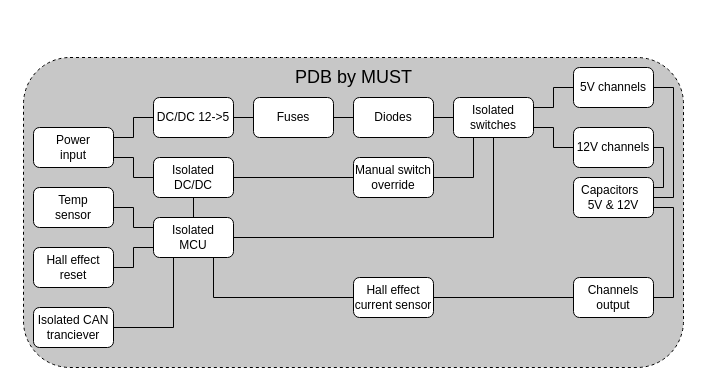
Earlier version of the draw.io diagram Block diagrams/PDB.drawio (Mojitas/MUST-Autonics). Source tidied: cells renumbered, new cells numbered last; positions are measured from the earlier drawing's top-left corner, leaving out a move shared by most shapes. Both pictures are drawn from the tidied source at 100%, with x=0, y=0 at pixel (23, 57).
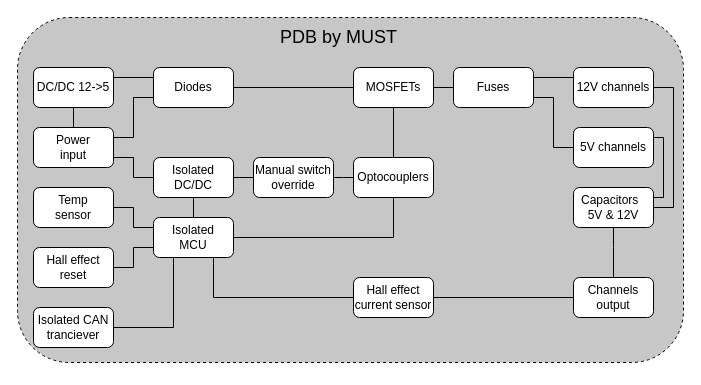
The same page after the edit.

The change refers to these unchanged cells:
```xml
<mxCell id="21" value="&lt;div&gt;Isolated&lt;/div&gt;&lt;div&gt;DC/DC&lt;br&gt;&lt;/div&gt;" style="rounded=1;whiteSpace=wrap;html=1;" parent="1" vertex="1">
  <mxGeometry x="130" y="100" width="80" height="40" as="geometry" />
</mxCell>
<mxCell id="24" value="&lt;div&gt;Power&lt;/div&gt;&lt;div&gt;input&lt;br&gt;&lt;/div&gt;" style="rounded=1;whiteSpace=wrap;html=1;" parent="1" vertex="1">
  <mxGeometry x="10" y="70" width="80" height="40" as="geometry" />
</mxCell>
<mxCell id="31" value="&lt;div&gt;Channels&lt;/div&gt;&lt;div&gt;output&lt;/div&gt;" style="rounded=1;whiteSpace=wrap;html=1;" parent="1" vertex="1">
  <mxGeometry x="550" y="220" width="80" height="40" as="geometry" />
</mxCell>
```

Diff of the diagram source:
```diff
@@
     <mxCell id="2" style="rounded=1;whiteSpace=wrap;html=1;dashed=1;fillColor=#C7C7C7;" parent="1" vertex="1">
-      <mxGeometry width="660" height="310" as="geometry" />
+      <mxGeometry x="-6" y="-40" width="666" height="345" as="geometry" />
     </mxCell>
@@
-    <mxCell id="5" style="edgeStyle=orthogonalEdgeStyle;rounded=0;jettySize=auto;html=1;exitX=1;exitY=0.5;exitDx=0;exitDy=0;entryX=0;entryY=0.5;entryDx=0;entryDy=0;endArrow=none;endFill=0;" parent="1" edge="1" source="6" target="13">
-      <mxGeometry relative="1" as="geometry" />
-    </mxCell>
+    <mxCell id="39" style="edgeStyle=orthogonalEdgeStyle;rounded=0;jettySize=auto;html=1;exitX=1;exitY=0.25;exitDx=0;exitDy=0;entryX=0;entryY=0.25;entryDx=0;entryDy=0;endArrow=none;endFill=0;" parent="1" edge="1" source="6" target="26">
+      <mxGeometry relative="1" as="geometry" />
+    </mxCell>
+    <mxCell id="40" style="edgeStyle=orthogonalEdgeStyle;rounded=0;jettySize=auto;html=1;exitX=1;exitY=0.75;exitDx=0;exitDy=0;entryX=0;entryY=0.5;entryDx=0;entryDy=0;endArrow=none;endFill=0;" parent="1" edge="1" source="6" target="28">
+      <mxGeometry relative="1" as="geometry" />
+    </mxCell>
     <mxCell id="6" value="Fuses" style="rounded=1;whiteSpace=wrap;html=1;" parent="1" vertex="1">
-      <mxGeometry x="230" y="40" width="80" height="40" as="geometry" />
+      <mxGeometry x="430" y="10" width="80" height="40" as="geometry" />
     </mxCell>
@@
-    <mxCell id="10" style="edgeStyle=orthogonalEdgeStyle;rounded=0;jettySize=auto;html=1;exitX=1;exitY=0.5;exitDx=0;exitDy=0;entryX=0;entryY=0.5;entryDx=0;entryDy=0;endArrow=none;endFill=0;" parent="1" edge="1" source="11" target="6">
-      <mxGeometry relative="1" as="geometry" />
-    </mxCell>
+    <mxCell id="41" style="edgeStyle=orthogonalEdgeStyle;rounded=0;jettySize=auto;html=1;exitX=1;exitY=0.25;exitDx=0;exitDy=0;entryX=0;entryY=0.25;entryDx=0;entryDy=0;endArrow=none;endFill=0;" parent="1" edge="1" source="11" target="13">
+      <mxGeometry relative="1" as="geometry" />
+    </mxCell>
     <mxCell id="11" value="DC/DC 12-&amp;gt;5" style="rounded=1;whiteSpace=wrap;html=1;" parent="1" vertex="1">
-      <mxGeometry x="130" y="40" width="80" height="40" as="geometry" />
+      <mxGeometry x="10" y="10" width="80" height="40" as="geometry" />
     </mxCell>
-    <mxCell id="12" style="edgeStyle=orthogonalEdgeStyle;rounded=0;jettySize=auto;html=1;exitX=1;exitY=0.5;exitDx=0;exitDy=0;entryX=0;entryY=0.5;entryDx=0;entryDy=0;endArrow=none;endFill=0;" parent="1" edge="1" source="13" target="16">
-      <mxGeometry relative="1" as="geometry" />
-    </mxCell>
+    <mxCell id="42" style="edgeStyle=orthogonalEdgeStyle;rounded=0;jettySize=auto;html=1;exitX=1;exitY=0.5;exitDx=0;exitDy=0;entryX=0;entryY=0.5;entryDx=0;entryDy=0;endArrow=none;endFill=0;" parent="1" edge="1" source="13" target="46">
+      <mxGeometry relative="1" as="geometry" />
+    </mxCell>
     <mxCell id="13" value="Diodes" style="rounded=1;whiteSpace=wrap;html=1;" parent="1" vertex="1">
-      <mxGeometry x="330" y="40" width="80" height="40" as="geometry" />
+      <mxGeometry x="130" y="10" width="80" height="40" as="geometry" />
     </mxCell>
-    <mxCell id="14" style="edgeStyle=orthogonalEdgeStyle;rounded=0;jettySize=auto;html=1;exitX=1;exitY=0.25;exitDx=0;exitDy=0;entryX=0;entryY=0.5;entryDx=0;entryDy=0;endArrow=none;endFill=0;" parent="1" edge="1" source="16" target="28">
-      <mxGeometry relative="1" as="geometry" />
-    </mxCell>
-    <mxCell id="15" style="edgeStyle=orthogonalEdgeStyle;rounded=0;jettySize=auto;html=1;exitX=1;exitY=0.75;exitDx=0;exitDy=0;entryX=0;entryY=0.5;entryDx=0;entryDy=0;endArrow=none;endFill=0;" parent="1" edge="1" source="16" target="26">
-      <mxGeometry relative="1" as="geometry" />
-    </mxCell>
+    <mxCell id="43" style="edgeStyle=orthogonalEdgeStyle;rounded=0;jettySize=auto;html=1;exitX=0.5;exitY=0;exitDx=0;exitDy=0;entryX=0.5;entryY=1;entryDx=0;entryDy=0;endArrow=none;endFill=0;" parent="1" edge="1" source="16" target="46">
+      <mxGeometry relative="1" as="geometry" />
+    </mxCell>
-    <mxCell id="16" value="&lt;div&gt;Isolated&lt;/div&gt;&lt;div&gt;switches&lt;/div&gt;" style="rounded=1;whiteSpace=wrap;html=1;" parent="1" vertex="1">
-      <mxGeometry x="430" y="40" width="80" height="40" as="geometry" />
+    <mxCell id="16" value="Optocouplers" style="rounded=1;whiteSpace=wrap;html=1;" parent="1" vertex="1">
+      <mxGeometry x="330" y="100" width="80" height="40" as="geometry" />
     </mxCell>
@@
+    <mxCell id="23" style="edgeStyle=orthogonalEdgeStyle;rounded=0;jettySize=auto;html=1;exitX=1;exitY=0.75;exitDx=0;exitDy=0;entryX=0;entryY=0.5;entryDx=0;entryDy=0;endArrow=none;endFill=0;" parent="1" edge="1" source="24" target="21">
+      <mxGeometry relative="1" as="geometry" />
+    </mxCell>
-    <mxCell id="22" style="edgeStyle=orthogonalEdgeStyle;rounded=0;jettySize=auto;html=1;entryX=0;entryY=0.5;entryDx=0;entryDy=0;endArrow=none;endFill=0;exitX=1;exitY=0.25;exitDx=0;exitDy=0;" parent="1" edge="1" source="24" target="11">
+    <mxCell id="22" style="edgeStyle=orthogonalEdgeStyle;rounded=0;jettySize=auto;html=1;exitX=0.5;exitY=0;exitDx=0;exitDy=0;entryX=0.5;entryY=1;entryDx=0;entryDy=0;endArrow=none;endFill=0;" parent="1" edge="1" source="24" target="11">
       <mxGeometry relative="1" as="geometry" />
     </mxCell>
-    <mxCell id="23" style="edgeStyle=orthogonalEdgeStyle;rounded=0;jettySize=auto;html=1;exitX=1;exitY=0.75;exitDx=0;exitDy=0;entryX=0;entryY=0.5;entryDx=0;entryDy=0;endArrow=none;endFill=0;" parent="1" edge="1" source="24" target="21">
-      <mxGeometry relative="1" as="geometry" />
-    </mxCell>
+    <mxCell id="44" style="edgeStyle=orthogonalEdgeStyle;rounded=0;jettySize=auto;html=1;exitX=1;exitY=0.25;exitDx=0;exitDy=0;entryX=0;entryY=0.75;entryDx=0;entryDy=0;endArrow=none;endFill=0;" parent="1" edge="1" source="24" target="13">
+      <mxGeometry relative="1" as="geometry" />
+    </mxCell>
@@
-    <mxCell id="25" style="edgeStyle=orthogonalEdgeStyle;rounded=0;jettySize=auto;html=1;exitX=1;exitY=0.5;exitDx=0;exitDy=0;entryX=1;entryY=0.25;entryDx=0;entryDy=0;endArrow=none;endFill=0;" parent="1" edge="1" source="26" target="35">
-      <mxGeometry relative="1" as="geometry">
-        <Array as="points">
-          <mxPoint x="640" y="90" />
-          <mxPoint x="640" y="130" />
-        </Array>
-      </mxGeometry>
+    <mxCell id="25" style="edgeStyle=orthogonalEdgeStyle;rounded=0;jettySize=auto;html=1;exitX=1;exitY=0.5;exitDx=0;exitDy=0;entryX=1;entryY=0.5;entryDx=0;entryDy=0;endArrow=none;endFill=0;" parent="1" edge="1" source="26" target="35">
+      <mxGeometry relative="1" as="geometry" />
     </mxCell>
     <mxCell id="26" value="12V channels" style="rounded=1;whiteSpace=wrap;html=1;" parent="1" vertex="1">
-      <mxGeometry x="550" y="70" width="80" height="40" as="geometry" />
+      <mxGeometry x="550" y="10" width="80" height="40" as="geometry" />
     </mxCell>
-    <mxCell id="27" style="edgeStyle=orthogonalEdgeStyle;rounded=0;jettySize=auto;html=1;exitX=1;exitY=0.5;exitDx=0;exitDy=0;entryX=1;entryY=0.5;entryDx=0;entryDy=0;endArrow=none;endFill=0;" parent="1" edge="1" source="28" target="35">
+    <mxCell id="27" style="edgeStyle=orthogonalEdgeStyle;rounded=0;jettySize=auto;html=1;exitX=1;exitY=0.5;exitDx=0;exitDy=0;entryX=1;entryY=0.25;entryDx=0;entryDy=0;endArrow=none;endFill=0;" parent="1" edge="1" source="28" target="35">
       <mxGeometry relative="1" as="geometry">
         <Array as="points">
-          <mxPoint x="650" y="30" />
-          <mxPoint x="650" y="140" />
+          <mxPoint x="630" y="80" />
+          <mxPoint x="640" y="80" />
+          <mxPoint x="640" y="140" />
         </Array>
       </mxGeometry>
     </mxCell>
     <mxCell id="28" value="5V channels" style="rounded=1;whiteSpace=wrap;html=1;" parent="1" vertex="1">
-      <mxGeometry x="550" y="10" width="80" height="40" as="geometry" />
+      <mxGeometry x="550" y="70" width="80" height="40" as="geometry" />
     </mxCell>
-    <mxCell id="29" style="edgeStyle=orthogonalEdgeStyle;rounded=0;jettySize=auto;html=1;exitX=1;exitY=0.5;exitDx=0;exitDy=0;entryX=0.25;entryY=1;entryDx=0;entryDy=0;endArrow=none;endFill=0;" parent="1" edge="1" source="30" target="16">
-      <mxGeometry relative="1" as="geometry" />
+    <mxCell id="29" style="edgeStyle=orthogonalEdgeStyle;rounded=0;jettySize=auto;html=1;exitX=1;exitY=0.5;exitDx=0;exitDy=0;entryX=0;entryY=0.5;entryDx=0;entryDy=0;endArrow=none;endFill=0;" parent="1" edge="1" source="30" target="16">
+      <mxGeometry relative="1" as="geometry">
+        <Array as="points">
+          <mxPoint x="320" y="120" />
+          <mxPoint x="320" y="120" />
+        </Array>
+      </mxGeometry>
     </mxCell>
     <mxCell id="30" value="&lt;div&gt;Manual switch override&lt;/div&gt;" style="rounded=1;whiteSpace=wrap;html=1;" parent="1" vertex="1">
-      <mxGeometry x="330" y="100" width="80" height="40" as="geometry" />
+      <mxGeometry x="230" y="100" width="80" height="40" as="geometry" />
     </mxCell>
@@
-    <mxCell id="34" style="edgeStyle=orthogonalEdgeStyle;rounded=0;jettySize=auto;html=1;exitX=1;exitY=0.75;exitDx=0;exitDy=0;entryX=1;entryY=0.5;entryDx=0;entryDy=0;endArrow=none;endFill=0;" parent="1" edge="1" source="35" target="31">
-      <mxGeometry relative="1" as="geometry" />
+    <mxCell id="34" style="edgeStyle=orthogonalEdgeStyle;rounded=0;jettySize=auto;html=1;exitX=0.5;exitY=1;exitDx=0;exitDy=0;entryX=0.5;entryY=0;entryDx=0;entryDy=0;endArrow=none;endFill=0;" parent="1" edge="1" source="35" target="31">
+      <mxGeometry relative="1" as="geometry">
+        <Array as="points">
+          <mxPoint x="590" y="190" />
+          <mxPoint x="590" y="190" />
+        </Array>
+      </mxGeometry>
     </mxCell>
     <mxCell id="35" value="&lt;div&gt;Capacitors&amp;nbsp;&amp;nbsp; 5V &amp;amp; 12V&lt;br&gt;&lt;/div&gt;" style="rounded=1;whiteSpace=wrap;html=1;" parent="1" vertex="1">
-      <mxGeometry x="550" y="120" width="80" height="40" as="geometry" />
+      <mxGeometry x="550" y="130" width="80" height="40" as="geometry" />
     </mxCell>
     <mxCell id="36" value="&lt;font style=&quot;font-size: 18px&quot;&gt;PDB by MUST&lt;/font&gt;" style="text;html=1;align=center;verticalAlign=middle;" parent="1" vertex="1">
-      <mxGeometry x="265" y="10" width="130" height="20" as="geometry" />
+      <mxGeometry x="250" y="-30" width="130" height="20" as="geometry" />
     </mxCell>
@@
+    <mxCell id="45" style="edgeStyle=orthogonalEdgeStyle;rounded=0;jettySize=auto;html=1;exitX=1;exitY=0.5;exitDx=0;exitDy=0;entryX=0;entryY=0.5;entryDx=0;entryDy=0;endArrow=none;endFill=0;" parent="1" edge="1" source="46" target="6">
+      <mxGeometry relative="1" as="geometry" />
+    </mxCell>
+    <mxCell id="46" value="MOSFETs" style="rounded=1;whiteSpace=wrap;html=1;" parent="1" vertex="1">
+      <mxGeometry x="330" y="10" width="80" height="40" as="geometry" />
+    </mxCell>
```
